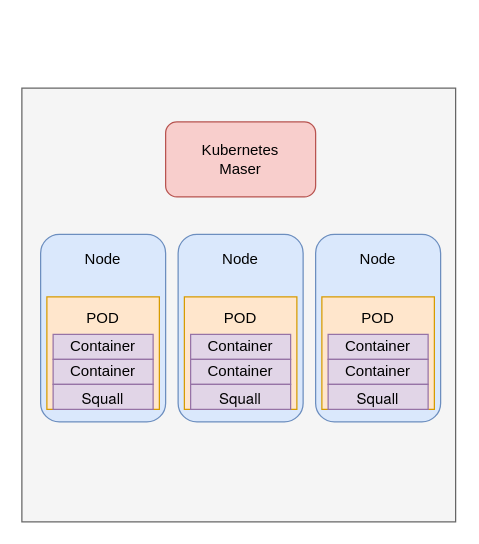
This is documentation/images/source/squall_kubernetes_overview.drawio from bradsacks99/Squall, a draw.io file, before an edit. Source tidied: cells renumbered, new cells numbered last; positions are measured from the earlier drawing's top-left corner, leaving out a move shared by most shapes. Both pictures are drawn from the tidied source at 125%, with x=0, y=0 at pixel (21, 88).
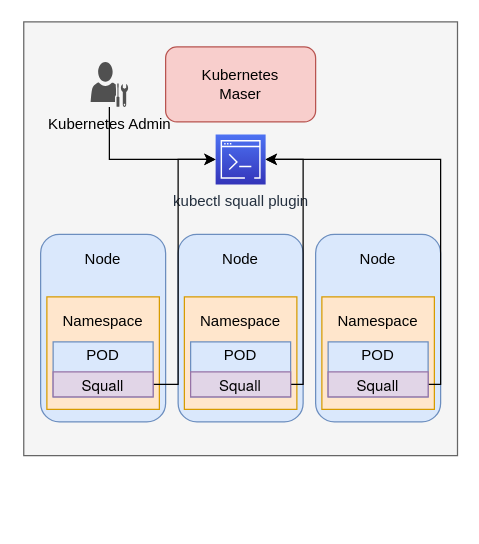
After the change.

Change to the diagram source:
```diff
@@
     <mxCell id="2" style="whiteSpace=wrap;html=1;fillColor=#f5f5f5;strokeColor=#666666;fontColor=#333333;" parent="1" vertex="1">
-      <mxGeometry width="347" height="347" as="geometry" />
+      <mxGeometry x="1.5" y="-53" width="347" height="347" as="geometry" />
     </mxCell>
     <mxCell id="3" value="Kubernetes&lt;br&gt;Maser" style="rounded=1;whiteSpace=wrap;html=1;fillColor=#f8cecc;strokeColor=#b85450;" parent="1" vertex="1">
-      <mxGeometry x="115" y="27" width="120" height="60" as="geometry" />
+      <mxGeometry x="115" y="-33" width="120" height="60" as="geometry" />
     </mxCell>
@@
-    <mxCell id="7" value="POD" style="text;html=1;strokeColor=none;fillColor=none;align=center;verticalAlign=middle;whiteSpace=wrap;rounded=0;" parent="1" vertex="1">
-      <mxGeometry x="45" y="174" width="40" height="20" as="geometry" />
-    </mxCell>
-    <mxCell id="8" value="Container" style="rounded=0;whiteSpace=wrap;html=1;fillColor=#e1d5e7;strokeColor=#9673a6;" parent="1" vertex="1">
-      <mxGeometry x="25" y="197" width="80" height="20" as="geometry" />
-    </mxCell>
-    <mxCell id="9" value="Container" style="rounded=0;whiteSpace=wrap;html=1;fillColor=#e1d5e7;strokeColor=#9673a6;" parent="1" vertex="1">
-      <mxGeometry x="25" y="217" width="80" height="20" as="geometry" />
-    </mxCell>
-    <mxCell id="10" value="&lt;p class=&quot;p1&quot; style=&quot;margin: 0px ; font-stretch: normal ; line-height: normal ; font-family: &amp;#34;helvetica neue&amp;#34;&quot;&gt;Squall&lt;/p&gt;" style="rounded=0;whiteSpace=wrap;html=1;fillColor=#e1d5e7;strokeColor=#9673a6;" parent="1" vertex="1">
-      <mxGeometry x="25" y="237" width="80" height="20" as="geometry" />
-    </mxCell>
@@
-    <mxCell id="14" value="POD" style="text;html=1;strokeColor=none;fillColor=none;align=center;verticalAlign=middle;whiteSpace=wrap;rounded=0;" parent="1" vertex="1">
-      <mxGeometry x="155" y="174" width="40" height="20" as="geometry" />
-    </mxCell>
-    <mxCell id="15" value="Container" style="rounded=0;whiteSpace=wrap;html=1;fillColor=#e1d5e7;strokeColor=#9673a6;" parent="1" vertex="1">
-      <mxGeometry x="135" y="197" width="80" height="20" as="geometry" />
-    </mxCell>
-    <mxCell id="16" value="Container" style="rounded=0;whiteSpace=wrap;html=1;fillColor=#e1d5e7;strokeColor=#9673a6;" parent="1" vertex="1">
-      <mxGeometry x="135" y="217" width="80" height="20" as="geometry" />
-    </mxCell>
-    <mxCell id="17" value="&lt;p class=&quot;p1&quot; style=&quot;margin: 0px ; font-stretch: normal ; line-height: normal ; font-family: &amp;#34;helvetica neue&amp;#34;&quot;&gt;Squall&lt;/p&gt;" style="rounded=0;whiteSpace=wrap;html=1;fillColor=#e1d5e7;strokeColor=#9673a6;" parent="1" vertex="1">
-      <mxGeometry x="135" y="237" width="80" height="20" as="geometry" />
-    </mxCell>
@@
+    <mxCell id="25" value="kubectl squall plugin" style="points=[[0,0,0],[0.25,0,0],[0.5,0,0],[0.75,0,0],[1,0,0],[0,1,0],[0.25,1,0],[0.5,1,0],[0.75,1,0],[1,1,0],[0,0.25,0],[0,0.5,0],[0,0.75,0],[1,0.25,0],[1,0.5,0],[1,0.75,0]];outlineConnect=0;fontColor=#232F3E;gradientColor=#4D72F3;gradientDirection=north;fillColor=#3334B9;strokeColor=#ffffff;dashed=0;verticalLabelPosition=bottom;verticalAlign=top;align=center;html=1;fontSize=12;fontStyle=0;shape=mxgraph.aws4.resourceIcon;resIcon=mxgraph.aws4.command_line_interface;" parent="1" vertex="1">
+      <mxGeometry x="155" y="37" width="40" height="40" as="geometry" />
+    </mxCell>
+    <mxCell id="26" style="rounded=0;whiteSpace=wrap;html=1;fillColor=#dae8fc;strokeColor=#6c8ebf;" parent="1" vertex="1">
+      <mxGeometry x="25" y="203" width="80" height="44" as="geometry" />
+    </mxCell>
+    <mxCell id="7" value="POD" style="text;html=1;strokeColor=none;fillColor=none;align=center;verticalAlign=middle;whiteSpace=wrap;rounded=0;" parent="1" vertex="1">
+      <mxGeometry x="45" y="204" width="40" height="20" as="geometry" />
+    </mxCell>
+    <mxCell id="27" style="edgeStyle=orthogonalEdgeStyle;rounded=0;jettySize=auto;html=1;" parent="1" edge="1" source="10" target="25">
+      <mxGeometry relative="1" as="geometry">
+        <Array as="points">
+          <mxPoint x="125" y="237" />
+          <mxPoint x="125" y="57" />
+        </Array>
+      </mxGeometry>
+    </mxCell>
+    <mxCell id="10" value="&lt;p class=&quot;p1&quot; style=&quot;margin: 0px ; font-stretch: normal ; line-height: normal ; font-family: &amp;#34;helvetica neue&amp;#34;&quot;&gt;Squall&lt;/p&gt;" style="rounded=0;whiteSpace=wrap;html=1;fillColor=#e1d5e7;strokeColor=#9673a6;" parent="1" vertex="1">
+      <mxGeometry x="25" y="227" width="80" height="20" as="geometry" />
+    </mxCell>
+    <mxCell id="28" style="rounded=0;whiteSpace=wrap;html=1;fillColor=#dae8fc;strokeColor=#6c8ebf;" parent="1" vertex="1">
+      <mxGeometry x="135" y="203" width="80" height="44" as="geometry" />
+    </mxCell>
+    <mxCell id="29" style="rounded=0;whiteSpace=wrap;html=1;fillColor=#dae8fc;strokeColor=#6c8ebf;" parent="1" vertex="1">
+      <mxGeometry x="245" y="203" width="80" height="44" as="geometry" />
+    </mxCell>
+    <mxCell id="14" value="POD" style="text;html=1;strokeColor=none;fillColor=none;align=center;verticalAlign=middle;whiteSpace=wrap;rounded=0;" parent="1" vertex="1">
+      <mxGeometry x="155" y="204" width="40" height="20" as="geometry" />
+    </mxCell>
+    <mxCell id="30" style="edgeStyle=orthogonalEdgeStyle;rounded=0;jettySize=auto;html=1;" parent="1" edge="1" source="17" target="25">
+      <mxGeometry relative="1" as="geometry">
+        <Array as="points">
+          <mxPoint x="225" y="237" />
+          <mxPoint x="225" y="57" />
+        </Array>
+      </mxGeometry>
+    </mxCell>
+    <mxCell id="17" value="&lt;p class=&quot;p1&quot; style=&quot;margin: 0px ; font-stretch: normal ; line-height: normal ; font-family: &amp;#34;helvetica neue&amp;#34;&quot;&gt;Squall&lt;/p&gt;" style="rounded=0;whiteSpace=wrap;html=1;fillColor=#e1d5e7;strokeColor=#9673a6;" parent="1" vertex="1">
+      <mxGeometry x="135" y="227" width="80" height="20" as="geometry" />
+    </mxCell>
     <mxCell id="21" value="POD" style="text;html=1;strokeColor=none;fillColor=none;align=center;verticalAlign=middle;whiteSpace=wrap;rounded=0;" parent="1" vertex="1">
-      <mxGeometry x="265" y="174" width="40" height="20" as="geometry" />
+      <mxGeometry x="265" y="204" width="40" height="20" as="geometry" />
     </mxCell>
-    <mxCell id="22" value="Container" style="rounded=0;whiteSpace=wrap;html=1;fillColor=#e1d5e7;strokeColor=#9673a6;" parent="1" vertex="1">
-      <mxGeometry x="245" y="197" width="80" height="20" as="geometry" />
-    </mxCell>
-    <mxCell id="23" value="Container" style="rounded=0;whiteSpace=wrap;html=1;fillColor=#e1d5e7;strokeColor=#9673a6;" parent="1" vertex="1">
-      <mxGeometry x="245" y="217" width="80" height="20" as="geometry" />
-    </mxCell>
+    <mxCell id="31" style="edgeStyle=orthogonalEdgeStyle;rounded=0;jettySize=auto;html=1;" parent="1" edge="1" source="24" target="25">
+      <mxGeometry relative="1" as="geometry">
+        <Array as="points">
+          <mxPoint x="335" y="237" />
+          <mxPoint x="335" y="57" />
+        </Array>
+      </mxGeometry>
+    </mxCell>
     <mxCell id="24" value="&lt;p class=&quot;p1&quot; style=&quot;margin: 0px ; font-stretch: normal ; line-height: normal ; font-family: &amp;#34;helvetica neue&amp;#34;&quot;&gt;Squall&lt;/p&gt;" style="rounded=0;whiteSpace=wrap;html=1;fillColor=#e1d5e7;strokeColor=#9673a6;" parent="1" vertex="1">
-      <mxGeometry x="245" y="237" width="80" height="20" as="geometry" />
+      <mxGeometry x="245" y="227" width="80" height="20" as="geometry" />
     </mxCell>
+    <mxCell id="32" value="Namespace" style="text;html=1;strokeColor=none;fillColor=none;align=center;verticalAlign=middle;whiteSpace=wrap;rounded=0;" parent="1" vertex="1">
+      <mxGeometry x="45" y="177" width="40" height="20" as="geometry" />
+    </mxCell>
+    <mxCell id="33" value="Namespace" style="text;html=1;strokeColor=none;fillColor=none;align=center;verticalAlign=middle;whiteSpace=wrap;rounded=0;" parent="1" vertex="1">
+      <mxGeometry x="155" y="177" width="40" height="20" as="geometry" />
+    </mxCell>
+    <mxCell id="34" value="Namespace" style="text;html=1;strokeColor=none;fillColor=none;align=center;verticalAlign=middle;whiteSpace=wrap;rounded=0;" parent="1" vertex="1">
+      <mxGeometry x="265" y="177" width="40" height="20" as="geometry" />
+    </mxCell>
+    <mxCell id="35" style="edgeStyle=orthogonalEdgeStyle;rounded=0;jettySize=auto;html=1;" parent="1" edge="1" source="36" target="25">
+      <mxGeometry relative="1" as="geometry">
+        <Array as="points">
+          <mxPoint x="70" y="57" />
+        </Array>
+      </mxGeometry>
+    </mxCell>
+    <mxCell id="36" value="Kubernetes Admin" style="shadow=0;dashed=0;html=1;strokeColor=none;fillColor=#505050;labelPosition=center;verticalLabelPosition=bottom;verticalAlign=top;outlineConnect=0;align=center;shape=mxgraph.office.users.administrator;" parent="1" vertex="1">
+      <mxGeometry x="55" y="-21" width="30" height="36" as="geometry" />
+    </mxCell>
```
